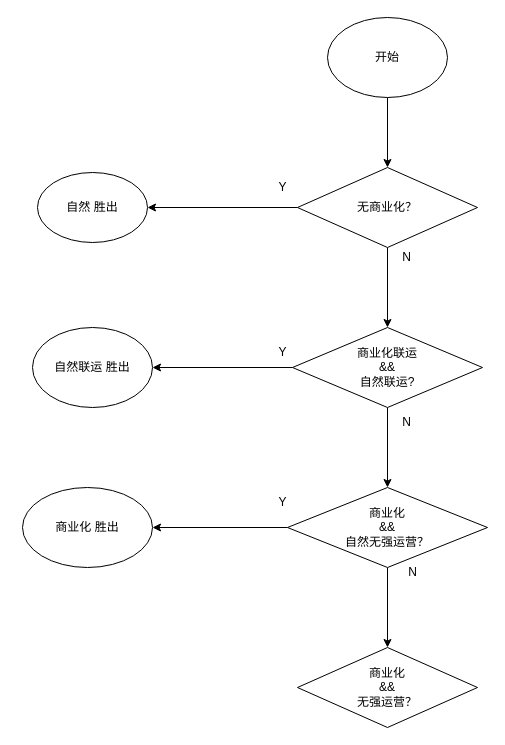
Before: 精准资源比价.drawio in ETHAN0430/draw.io.repo, a draw.io diagram. Source tidied: cells renumbered, new cells numbered last; positions are measured from the earlier drawing's top-left corner, leaving out a move shared by most shapes. Both pictures are drawn from the tidied source at 100%, with x=0, y=0 at pixel (22, 17).
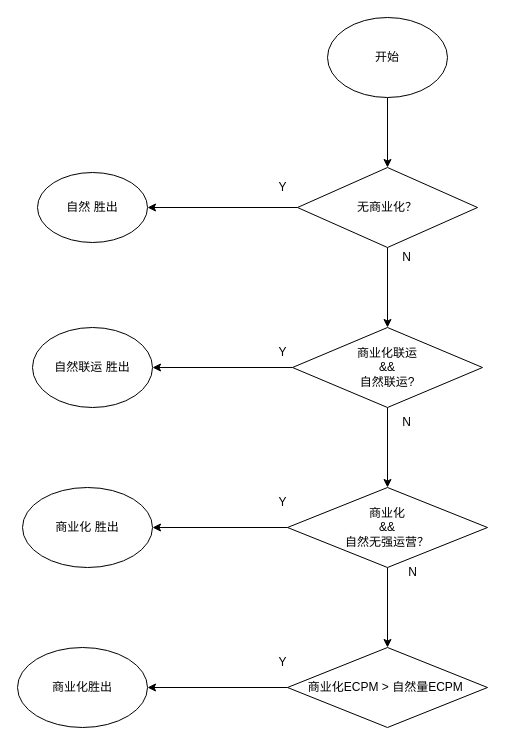
The same page after the edit.

Commit message (it also covers changes not shown here):
更新精准资源比价.drawio

Change to the diagram source:
```diff
@@
+    <mxCell id="23" style="edgeStyle=orthogonalEdgeStyle;rounded=0;jettySize=auto;html=1;" parent="1" edge="1" source="22" target="24">
+      <mxGeometry relative="1" as="geometry" />
+    </mxCell>
-    <mxCell id="22" value="商业化&lt;br&gt;&amp;amp;&amp;amp;&lt;br&gt;无强运营？" style="rhombus;whiteSpace=wrap;html=1;" parent="1" vertex="1">
-      <mxGeometry x="275" y="630" width="180" height="80" as="geometry" />
+    <mxCell id="22" value="商业化ECPM &amp;gt; 自然量ECPM&amp;nbsp;" style="rhombus;whiteSpace=wrap;html=1;" parent="1" vertex="1">
+      <mxGeometry x="265" y="630" width="200" height="80" as="geometry" />
     </mxCell>
+    <mxCell id="24" value="商业化胜出" style="ellipse;whiteSpace=wrap;html=1;" parent="1" vertex="1">
+      <mxGeometry x="-5" y="630" width="130" height="80" as="geometry" />
+    </mxCell>
+    <mxCell id="25" value="Y" style="text;html=1;align=center;verticalAlign=middle;strokeColor=none;fillColor=none;" parent="1" vertex="1">
+      <mxGeometry x="245" y="630" width="30" height="30" as="geometry" />
+    </mxCell>
```
